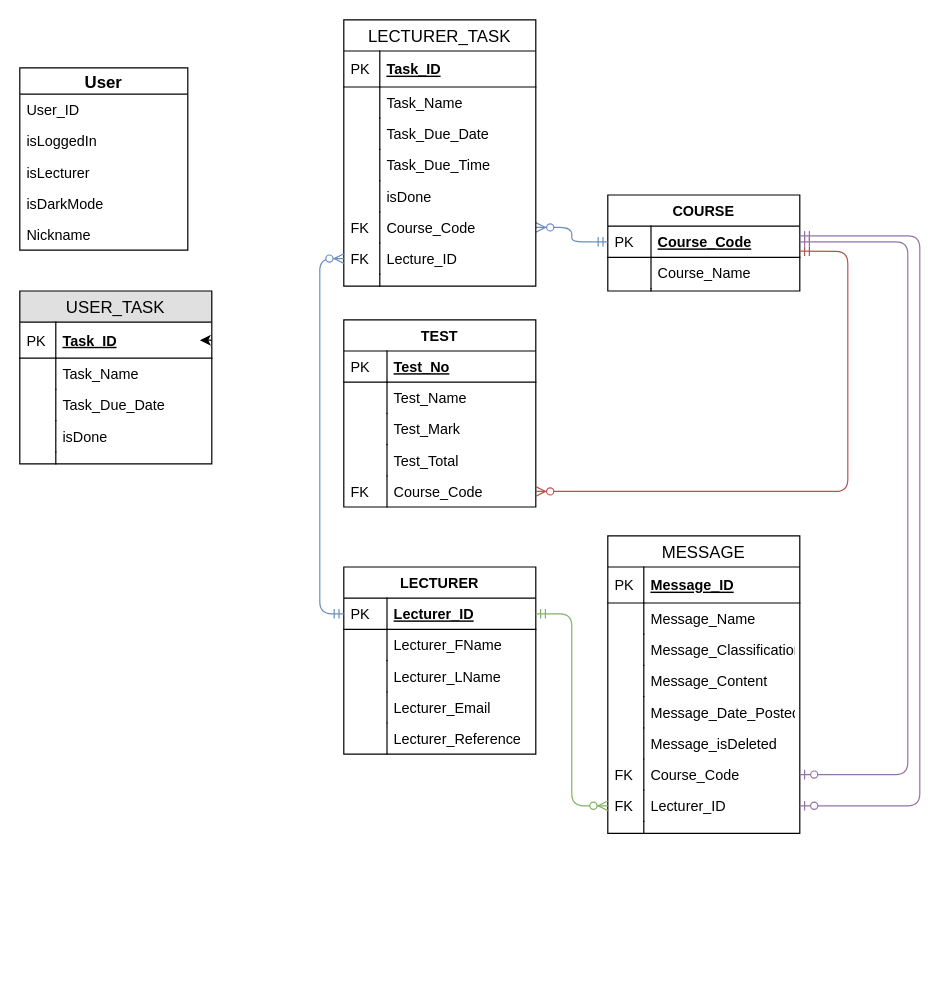
Earlier version of the draw.io diagram Other/ERDS/LocalIntialERD.drawio (Arneev/LecTrac). Source tidied: cells renumbered, new cells numbered last; positions are measured from the earlier drawing's top-left corner, leaving out a move shared by most shapes. Both pictures are drawn from the tidied source at 120%, with x=0, y=0 at pixel (19, 19).
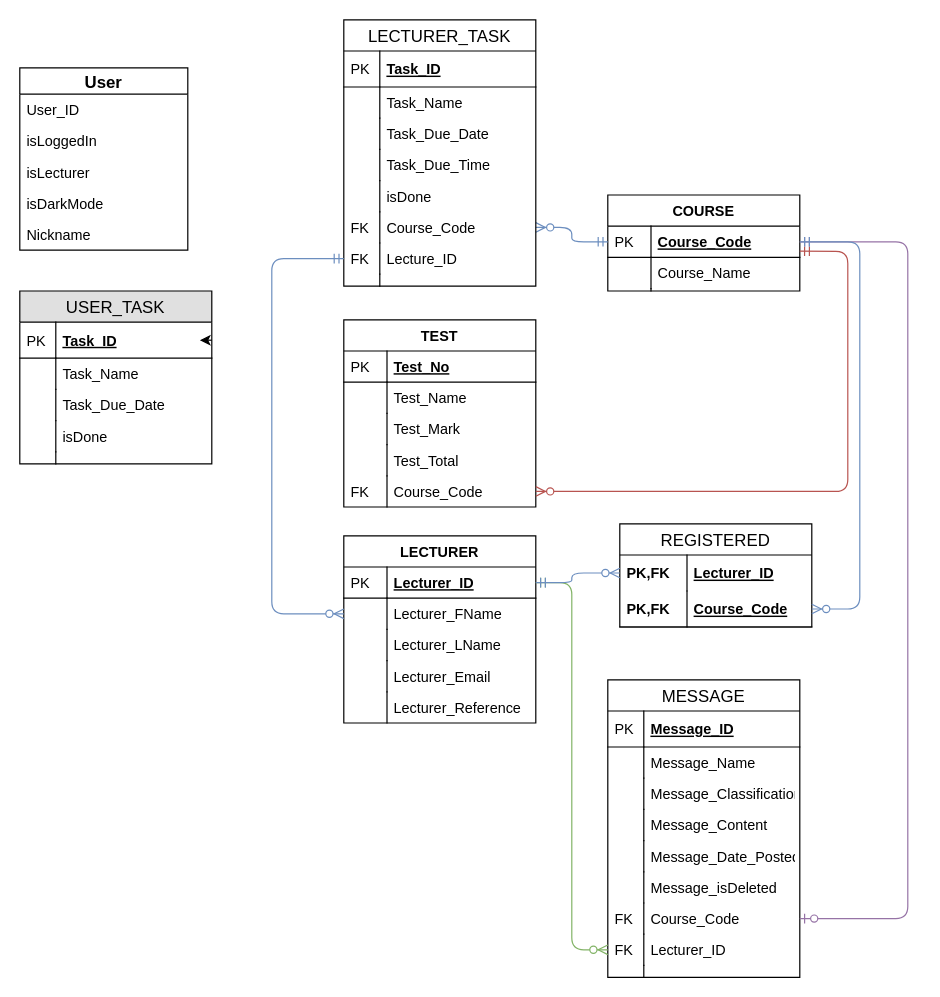
Above is the later version.

The change refers to these unchanged cells:
```xml
<mxCell id="3" value="Lecturer_ID" style="shape=partialRectangle;top=0;left=0;right=0;bottom=1;align=left;verticalAlign=top;fillColor=none;spacingLeft=40;spacingRight=4;overflow=hidden;points=[[0,0.5],[1,0.5]];portConstraint=eastwest;rounded=0;shadow=0;strokeWidth=1;fontStyle=5;" parent="2" vertex="1">
  <mxGeometry y="26" width="160" height="26" as="geometry" />
</mxCell>
<mxCell id="5" value="Lecturer_FName" style="shape=partialRectangle;top=0;left=0;right=0;bottom=0;align=left;verticalAlign=top;fillColor=none;spacingLeft=40;spacingRight=4;overflow=hidden;points=[[0,0.5],[1,0.5]];portConstraint=eastwest;rounded=0;shadow=0;strokeWidth=1;" parent="2" vertex="1">
  <mxGeometry y="52" width="160" height="26" as="geometry" />
</mxCell>
<mxCell id="25" value="Course_Code" style="shape=partialRectangle;top=0;left=0;right=0;bottom=1;align=left;verticalAlign=top;fillColor=none;spacingLeft=40;spacingRight=4;overflow=hidden;points=[[0,0.5],[1,0.5]];portConstraint=eastwest;rounded=0;shadow=0;strokeWidth=1;fontStyle=5;" parent="24" vertex="1">
  <mxGeometry y="26" width="160" height="26" as="geometry" />
</mxCell>
<mxCell id="46" value="Course_Code" style="shape=partialRectangle;top=0;left=0;right=0;bottom=0;align=left;verticalAlign=top;fillColor=none;spacingLeft=34;spacingRight=4;overflow=hidden;points=[[0,0.5],[1,0.5]];portConstraint=eastwest;fontSize=12;" parent="33" vertex="1">
  <mxGeometry y="186" width="160" height="26" as="geometry" />
</mxCell>
<mxCell id="48" value="Lecturer_ID" style="shape=partialRectangle;top=0;left=0;right=0;bottom=0;align=left;verticalAlign=top;fillColor=none;spacingLeft=34;spacingRight=4;overflow=hidden;points=[[0,0.5],[1,0.5]];portConstraint=eastwest;fontSize=12;" parent="33" vertex="1">
  <mxGeometry y="212" width="160" height="26" as="geometry" />
</mxCell>
<mxCell id="74" value="Lecture_ID" style="shape=partialRectangle;top=0;left=0;right=0;bottom=0;align=left;verticalAlign=top;fillColor=none;spacingLeft=34;spacingRight=4;overflow=hidden;points=[[0,0.5],[1,0.5]];portConstraint=eastwest;fontSize=12;" parent="61" vertex="1">
  <mxGeometry y="186" width="160" height="26" as="geometry" />
</mxCell>
```

What changed in the source:
```diff
@@
     <mxCell id="2" value="LECTURER" style="swimlane;fontStyle=1;horizontal=1;startSize=26;rounded=0;shadow=0;strokeWidth=1;" parent="1" vertex="1">
-      <mxGeometry x="270" y="456" width="160" height="156" as="geometry" />
+      <mxGeometry x="270" y="430" width="160" height="156" as="geometry" />
     </mxCell>
@@
     <mxCell id="33" value="MESSAGE" style="swimlane;fontStyle=0;horizontal=1;startSize=26;align=center;fontSize=14;" parent="1" vertex="1">
-      <mxGeometry x="490" y="430" width="160" height="248" as="geometry" />
+      <mxGeometry x="490" y="550" width="160" height="248" as="geometry" />
     </mxCell>
@@
-    <mxCell id="53" style="fontSize=12;html=1;endArrow=ERzeroToOne;startArrow=ERmandOne;strokeWidth=1;fillColor=#e1d5e7;strokeColor=#9673a6;" parent="1" edge="1" target="48">
-      <mxGeometry relative="1" as="geometry">
-        <mxPoint x="650" y="180" as="sourcePoint" />
-        <Array as="points">
-          <mxPoint x="700" y="180" />
-          <mxPoint x="750" y="180" />
-          <mxPoint x="750" y="655" />
-        </Array>
-      </mxGeometry>
-    </mxCell>
@@
-    <mxCell id="60" style="fontSize=12;html=1;endArrow=ERzeroToOne;startArrow=ERmandOne;strokeWidth=1;fillColor=#e1d5e7;strokeColor=#9673a6;exitX=1;exitY=0.5;exitDx=0;exitDy=0;" parent="1" edge="1" source="25" target="46">
+    <mxCell id="60" style="fontSize=12;html=1;endArrow=ERzeroToOne;startArrow=ERmandOne;strokeWidth=1;fillColor=#e1d5e7;strokeColor=#9673a6;exitX=1;exitY=0.5;exitDx=0;exitDy=0;entryX=1;entryY=0.5;entryDx=0;entryDy=0;" parent="1" edge="1" source="25" target="46">
       <mxGeometry relative="1" as="geometry">
         <Array as="points">
           <mxPoint x="740" y="185" />
-          <mxPoint x="740" y="629" />
+          <mxPoint x="740" y="749" />
         </Array>
       </mxGeometry>
     </mxCell>
@@
-    <mxCell id="78" style="edgeStyle=elbowEdgeStyle;fontSize=12;html=1;endArrow=ERmandOne;startArrow=ERzeroToMany;startFill=1;entryX=0;entryY=0.5;entryDx=0;entryDy=0;strokeWidth=1;fillColor=#dae8fc;strokeColor=#6c8ebf;exitX=0;exitY=0.5;exitDx=0;exitDy=0;" parent="1" edge="1" source="74" target="3">
+    <mxCell id="78" style="edgeStyle=elbowEdgeStyle;fontSize=12;html=1;endArrow=ERmandOne;startArrow=ERzeroToMany;startFill=1;strokeWidth=1;fillColor=#dae8fc;strokeColor=#6c8ebf;exitX=0;exitY=0.5;exitDx=0;exitDy=0;entryX=0;entryY=0.5;entryDx=0;entryDy=0;" parent="1" edge="1" source="5" target="74">
       <mxGeometry relative="1" as="geometry">
         <Array as="points">
-          <mxPoint x="250" y="350" />
+          <mxPoint x="210" y="390" />
         </Array>
       </mxGeometry>
     </mxCell>
@@
+    <mxCell id="91" value="REGISTERED" style="swimlane;fontStyle=0;horizontal=1;startSize=26;align=center;fontSize=14;" parent="1" vertex="1">
+      <mxGeometry x="500" y="420" width="160" height="86" as="geometry" />
+    </mxCell>
+    <mxCell id="92" value="Lecturer_ID" style="shape=partialRectangle;top=0;left=0;right=0;bottom=0;align=left;verticalAlign=middle;fillColor=none;spacingLeft=60;spacingRight=4;overflow=hidden;points=[[0,0.5],[1,0.5]];portConstraint=eastwest;fontStyle=5;fontSize=12;" parent="91" vertex="1">
+      <mxGeometry y="26" width="160" height="30" as="geometry" />
+    </mxCell>
+    <mxCell id="93" value="PK,FK" style="shape=partialRectangle;fontStyle=1;top=0;left=0;bottom=0;fillColor=none;align=left;verticalAlign=middle;spacingLeft=4;spacingRight=4;overflow=hidden;fontSize=12;" parent="92" vertex="1">
+      <mxGeometry width="56" height="30" as="geometry" />
+    </mxCell>
+    <mxCell id="94" value="Course_Code" style="shape=partialRectangle;top=0;left=0;right=0;bottom=1;align=left;verticalAlign=middle;fillColor=none;spacingLeft=60;spacingRight=4;overflow=hidden;points=[[0,0.5],[1,0.5]];portConstraint=eastwest;fontStyle=5;fontSize=12;" parent="91" vertex="1">
+      <mxGeometry y="56" width="160" height="30" as="geometry" />
+    </mxCell>
+    <mxCell id="95" value="PK,FK" style="shape=partialRectangle;fontStyle=1;top=0;left=0;bottom=0;fillColor=none;align=left;verticalAlign=middle;spacingLeft=4;spacingRight=4;overflow=hidden;fontSize=12;" parent="94" vertex="1">
+      <mxGeometry width="56" height="30" as="geometry" />
+    </mxCell>
+    <mxCell id="96" style="edgeStyle=elbowEdgeStyle;fontSize=12;html=1;endArrow=ERmandOne;startArrow=ERzeroToMany;startFill=1;strokeWidth=1;fillColor=#dae8fc;strokeColor=#6c8ebf;exitX=0;exitY=0.5;exitDx=0;exitDy=0;entryX=1;entryY=0.5;entryDx=0;entryDy=0;" parent="1" edge="1" source="92" target="3">
+      <mxGeometry relative="1" as="geometry">
+        <Array as="points">
+          <mxPoint x="460" y="470" />
+        </Array>
+      </mxGeometry>
+    </mxCell>
+    <mxCell id="97" style="edgeStyle=elbowEdgeStyle;fontSize=12;html=1;endArrow=ERmandOne;startArrow=ERzeroToMany;startFill=1;strokeWidth=1;fillColor=#dae8fc;strokeColor=#6c8ebf;exitX=1;exitY=0.5;exitDx=0;exitDy=0;entryX=1;entryY=0.5;entryDx=0;entryDy=0;" parent="1" edge="1" source="94" target="25">
+      <mxGeometry relative="1" as="geometry">
+        <Array as="points">
+          <mxPoint x="700" y="350" />
+        </Array>
+      </mxGeometry>
+    </mxCell>
```
